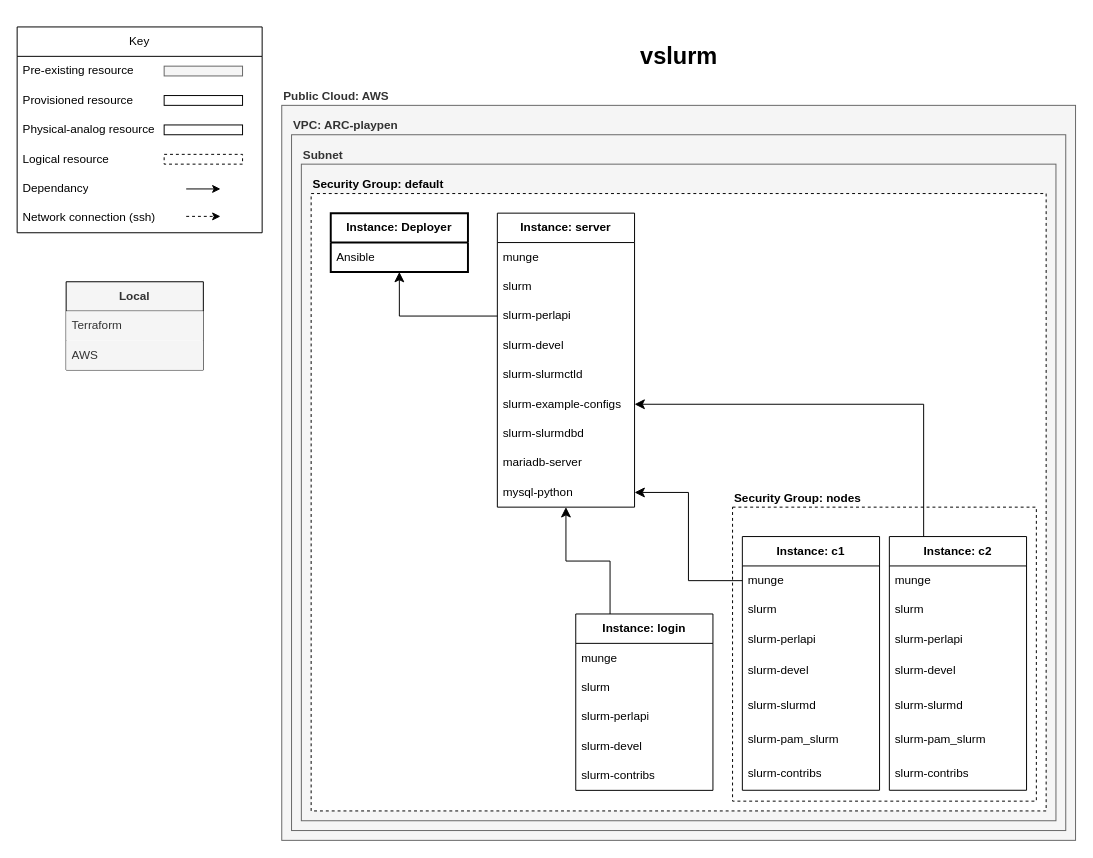
Before: page "terraform-aws-vslurm" (1 of 2) of diagrams/vslurm.drawio in UCL-ARC/terraform-aws-vslurm, a draw.io diagram. Source tidied: cells renumbered, new cells numbered last; positions are measured from the earlier drawing's top-left corner, leaving out a move shared by most shapes. Both pictures are drawn from the tidied source at 98%, with x=0, y=0 at pixel (17, 17).
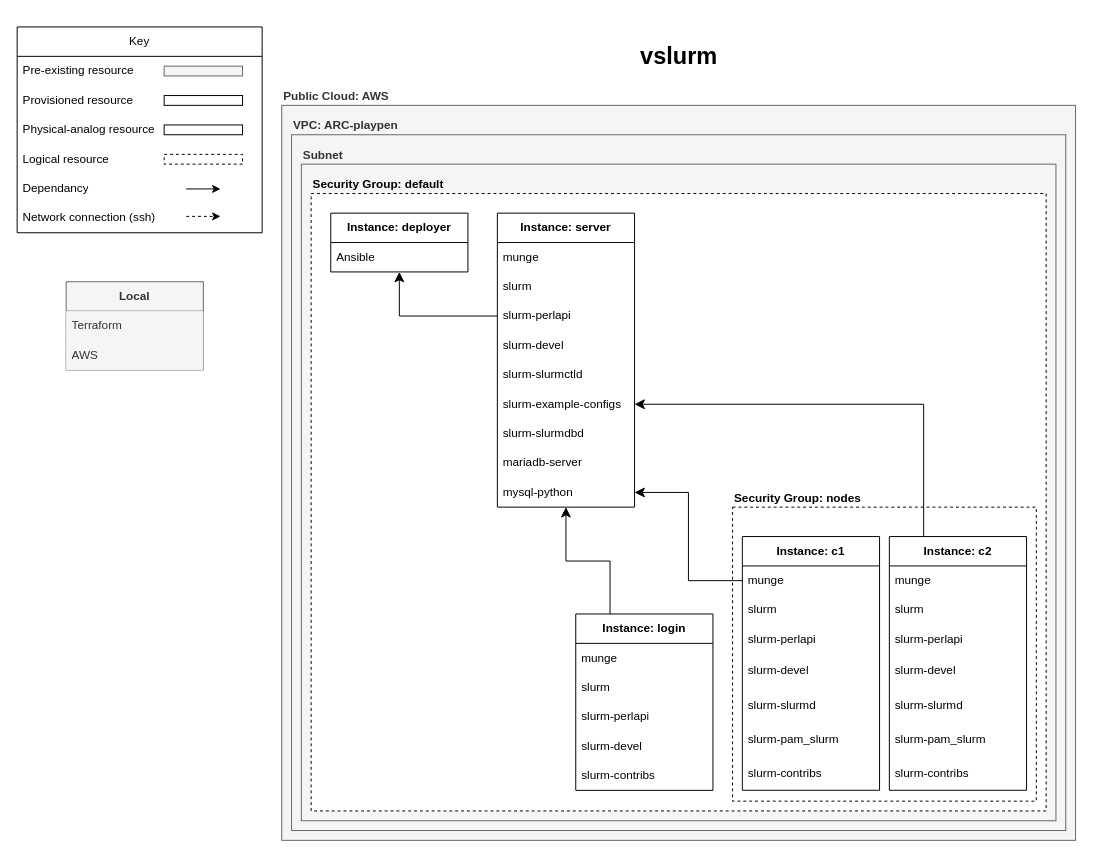
After the change.

Commit message (it also covers changes not shown here):
diagram tweaks

Diff of the diagram source:
```diff
@@
-    <mxCell id="19" value="Local" style="swimlane;fontStyle=1;horizontal=1;startSize=30;whiteSpace=wrap;html=1;fillColor=#f5f5f5;fontColor=#333333;strokeColor=default;" parent="18" vertex="1">
+    <mxCell id="19" value="Local" style="swimlane;fontStyle=1;horizontal=1;startSize=30;whiteSpace=wrap;html=1;fillColor=#f5f5f5;fontColor=#333333;strokeColor=#666666;perimeterSpacing=0;strokeWidth=1;swimlaneLine=1;rounded=0;shadow=0;glass=0;" parent="18" vertex="1">
       <mxGeometry x="50" y="270" width="140" height="90" as="geometry" />
     </mxCell>
@@
-    <mxCell id="29" value="&lt;b&gt;Instance: Deployer&lt;/b&gt;" style="swimlane;fontStyle=0;horizontal=1;startSize=30;whiteSpace=wrap;html=1;strokeWidth=2;" parent="28" vertex="1">
+    <mxCell id="29" value="&lt;b&gt;Instance: deployer&lt;/b&gt;" style="swimlane;fontStyle=0;horizontal=1;startSize=30;whiteSpace=wrap;html=1;strokeWidth=1;" parent="28" vertex="1">
       <mxGeometry x="320" y="200" width="140" height="60" as="geometry" />
     </mxCell>
```
